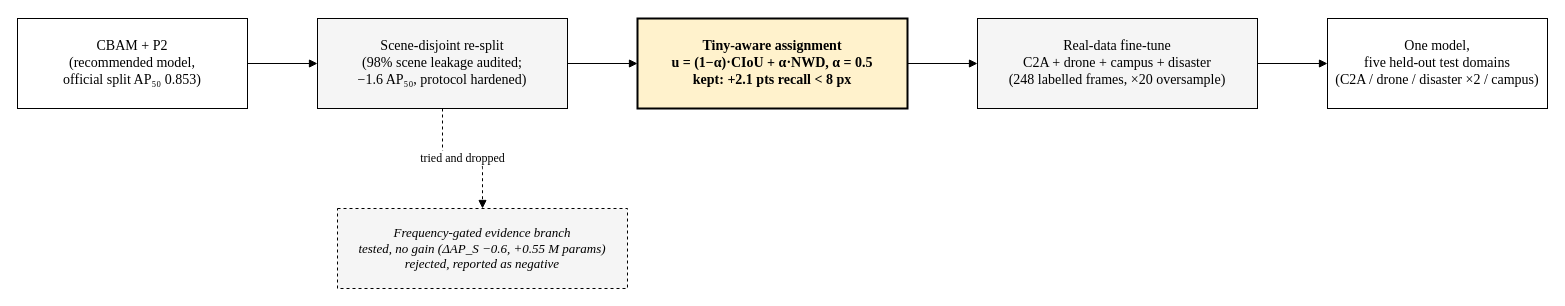
This is 27-07-2026-Novelty-Lap-4/figures_new/fig_partB_chain.drawio from Mofazzal874/CSE4000-Thesis, a draw.io file, before an edit. Source tidied: cells renumbered, new cells numbered last; positions are measured from the earlier drawing's top-left corner, leaving out a move shared by most shapes. Both pictures are drawn from the tidied source at 100%, with x=0, y=0 at pixel (17, 18).
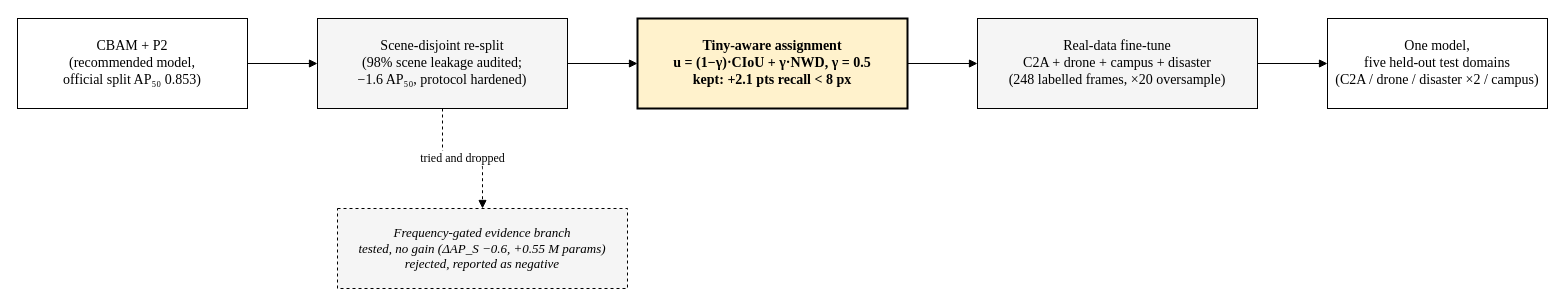
The same page after the edit.

What changed in the source:
```diff
@@
 <mxGraphModel>
   <root>
     <mxCell id="0" />
     <mxCell id="1" parent="0" />
     <mxCell id="2" value="CBAM + P2&#10;(recommended model,&#10;official split AP₅₀ 0.853)" style="rounded=0;whiteSpace=wrap;html=1;fontFamily=Times New Roman;fontSize=14;fillColor=#FFFFFF;strokeColor=#000000;" parent="1" vertex="1">
       <mxGeometry width="230" height="90" as="geometry" />
     </mxCell>
     <mxCell id="3" value="Scene-disjoint re-split&#10;(98% scene leakage audited;&#10;−1.6 AP₅₀, protocol hardened)" style="rounded=0;whiteSpace=wrap;html=1;fontFamily=Times New Roman;fontSize=14;fillColor=#F5F5F5;strokeColor=#000000;" parent="1" vertex="1">
       <mxGeometry x="300" width="250" height="90" as="geometry" />
     </mxCell>
-    <mxCell id="4" value="Tiny-aware assignment&#10;u = (1−α)·CIoU + α·NWD, α = 0.5&#10;kept: +2.1 pts recall &lt; 8 px" style="rounded=0;whiteSpace=wrap;html=1;fontFamily=Times New Roman;fontSize=14;fontStyle=1;fillColor=#FFF2CC;strokeColor=#000000;strokeWidth=2;" parent="1" vertex="1">
+    <mxCell id="4" value="Tiny-aware assignment&#10;u = (1−γ)·CIoU + γ·NWD, γ = 0.5&#10;kept: +2.1 pts recall &lt; 8 px" style="rounded=0;whiteSpace=wrap;html=1;fontFamily=Times New Roman;fontSize=14;fontStyle=1;fillColor=#FFF2CC;strokeColor=#000000;strokeWidth=2;" parent="1" vertex="1">
       <mxGeometry x="620" width="270" height="90" as="geometry" />
     </mxCell>
     <mxCell id="5" value="Real-data fine-tune&#10;C2A + drone + campus + disaster&#10;(248 labelled frames, ×20 oversample)" style="rounded=0;whiteSpace=wrap;html=1;fontFamily=Times New Roman;fontSize=14;fillColor=#F5F5F5;strokeColor=#000000;" parent="1" vertex="1">
       <mxGeometry x="960" width="280" height="90" as="geometry" />
     </mxCell>
     <mxCell id="6" value="One model,&#10;five held-out test domains&#10;(C2A / drone / disaster ×2 / campus)" style="rounded=0;whiteSpace=wrap;html=1;fontFamily=Times New Roman;fontSize=14;fillColor=#FFFFFF;strokeColor=#000000;" parent="1" vertex="1">
       <mxGeometry x="1310" width="220" height="90" as="geometry" />
     </mxCell>
     <mxCell id="7" value="Frequency-gated evidence branch&#10;tested, no gain (ΔAP_S −0.6, +0.55 M params)&#10;rejected, reported as negative" style="rounded=0;whiteSpace=wrap;html=1;fontFamily=Times New Roman;fontSize=13;fontStyle=2;fillColor=#F5F5F5;strokeColor=#000000;dashed=1;" parent="1" vertex="1">
       <mxGeometry x="320" y="190" width="290" height="80" as="geometry" />
     </mxCell>
     <mxCell id="8" style="edgeStyle=orthogonalEdgeStyle;html=1;endArrow=block;" parent="1" edge="1" source="2" target="3">
       <mxGeometry relative="1" as="geometry" />
     </mxCell>
     <mxCell id="9" style="edgeStyle=orthogonalEdgeStyle;html=1;endArrow=block;" parent="1" edge="1" source="3" target="4">
       <mxGeometry relative="1" as="geometry" />
     </mxCell>
     <mxCell id="10" style="edgeStyle=orthogonalEdgeStyle;html=1;endArrow=block;" parent="1" edge="1" source="4" target="5">
       <mxGeometry relative="1" as="geometry" />
     </mxCell>
     <mxCell id="11" style="edgeStyle=orthogonalEdgeStyle;html=1;endArrow=block;" parent="1" edge="1" source="5" target="6">
       <mxGeometry relative="1" as="geometry" />
     </mxCell>
     <mxCell id="12" value="tried and dropped" style="edgeStyle=orthogonalEdgeStyle;html=1;endArrow=block;dashed=1;fontFamily=Times New Roman;fontSize=12;" parent="1" edge="1" source="3" target="7">
       <mxGeometry relative="1" as="geometry" />
     </mxCell>
   </root>
 </mxGraphModel>
```
